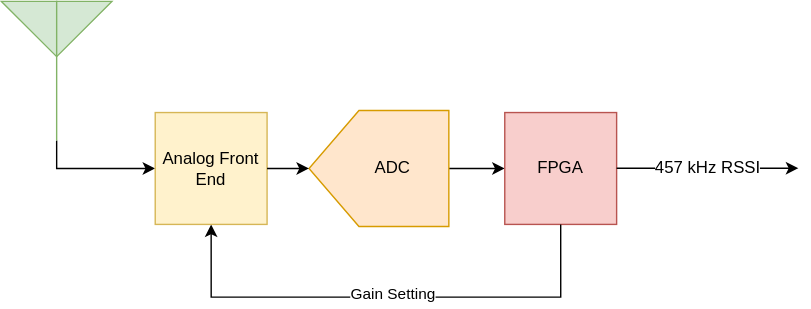
Before: .diagrams/receiver.drawio.svg, a diagram exported from draw.io (Avy-Dawgs/system-definition). Source tidied: cells renumbered, new cells last; positions are measured from the earlier drawing's top-left corner, leaving out a move shared by most shapes.
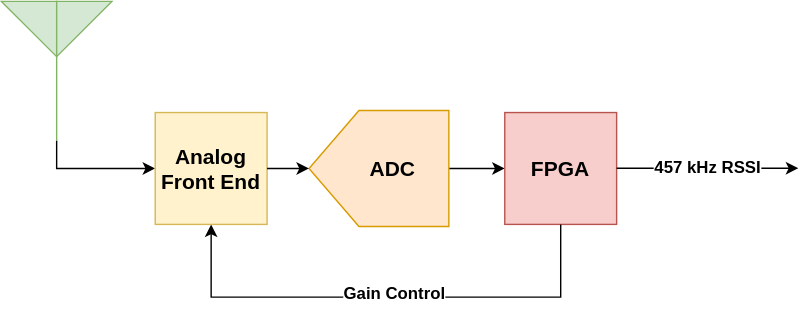
Above is the later version.

What changed in the source:
```diff
@@ -14,7 +14,7 @@
     <mxCell id="5" style="verticalLabelPosition=bottom;shadow=0;dashed=0;align=center;html=1;verticalAlign=top;shape=mxgraph.electrical.abstract.dac;rotation=-180;fillColor=#ffe6cc;strokeColor=#d79b00;" parent="1" vertex="1">
       <mxGeometry x="220" y="78.5" width="100" height="83" as="geometry" />
     </mxCell>
-    <mxCell id="6" value="&lt;font style=&quot;font-size: 12px;&quot;&gt;ADC&lt;/font&gt;" style="text;strokeColor=none;align=center;fillColor=none;html=1;verticalAlign=middle;whiteSpace=wrap;rounded=0;" parent="1" vertex="1">
+    <mxCell id="6" value="&lt;font size=&quot;1&quot; style=&quot;&quot;&gt;&lt;b style=&quot;font-size: 15px;&quot;&gt;ADC&lt;/b&gt;&lt;/font&gt;" style="text;strokeColor=none;align=center;fillColor=none;html=1;verticalAlign=middle;whiteSpace=wrap;rounded=0;" parent="1" vertex="1">
       <mxGeometry x="250" y="105" width="60" height="30" as="geometry" />
     </mxCell>
     <mxCell id="7" style="whiteSpace=wrap;html=1;fillColor=#f8cecc;strokeColor=#b85450;" parent="1" vertex="1">
@@ -28,12 +28,12 @@
         </Array>
       </mxGeometry>
     </mxCell>
-    <mxCell id="9" value="Gain Setting" style="edgeLabel;html=1;align=center;verticalAlign=middle;" parent="8" vertex="1">
+    <mxCell id="9" value="&lt;b&gt;&lt;font style=&quot;font-size: 12px;&quot;&gt;Gain Control&lt;/font&gt;&lt;/b&gt;" style="edgeLabel;html=1;align=center;verticalAlign=middle;" parent="8" vertex="1">
       <mxGeometry x="-0.07" y="3" relative="1" as="geometry">
         <mxPoint x="-8" y="-5" as="offset" />
       </mxGeometry>
     </mxCell>
-    <mxCell id="10" value="&lt;font style=&quot;font-size: 12px;&quot;&gt;FPGA&lt;/font&gt;" style="text;strokeColor=none;align=center;fillColor=none;html=1;verticalAlign=middle;whiteSpace=wrap;rounded=0;" parent="1" vertex="1">
+    <mxCell id="10" value="&lt;font size=&quot;1&quot; style=&quot;&quot;&gt;&lt;b style=&quot;font-size: 15px;&quot;&gt;FPGA&lt;/b&gt;&lt;/font&gt;" style="text;strokeColor=none;align=center;fillColor=none;html=1;verticalAlign=middle;whiteSpace=wrap;rounded=0;" parent="1" vertex="1">
       <mxGeometry x="370" y="105" width="60" height="30" as="geometry" />
     </mxCell>
     <mxCell id="11" style="endArrow=classic;html=1;rounded=0;" parent="1" edge="1">
@@ -42,10 +42,10 @@
         <mxPoint x="570" y="119.8" as="targetPoint" />
       </mxGeometry>
     </mxCell>
-    <mxCell id="12" value="&lt;font style=&quot;font-size: 12px;&quot;&gt;457 kHz RSSI&lt;/font&gt;" style="edgeLabel;html=1;align=center;verticalAlign=middle;" parent="11" vertex="1">
+    <mxCell id="12" value="&lt;font style=&quot;font-size: 12px;&quot;&gt;&lt;b&gt;457 kHz RSSI&lt;/b&gt;&lt;/font&gt;" style="edgeLabel;html=1;align=center;verticalAlign=middle;" parent="11" vertex="1">
       <mxGeometry relative="1" as="geometry" />
     </mxCell>
-    <mxCell id="13" value="Analog Front End" style="whiteSpace=wrap;html=1;fillColor=#fff2cc;strokeColor=#d6b656;" parent="1" vertex="1">
+    <mxCell id="13" value="&lt;b&gt;&lt;font style=&quot;font-size: 15px;&quot;&gt;Analog Front End&lt;/font&gt;&lt;/b&gt;" style="whiteSpace=wrap;html=1;fillColor=#fff2cc;strokeColor=#d6b656;" parent="1" vertex="1">
       <mxGeometry x="110" y="80" width="80" height="80" as="geometry" />
     </mxCell>
     <mxCell id="14" style="edgeStyle=orthogonalEdgeStyle;rounded=0;jettySize=auto;html=1;exitX=1;exitY=0.5;exitDx=0;exitDy=0;entryX=1;entryY=0.5;entryDx=0;entryDy=0;entryPerimeter=0;" parent="1" edge="1" source="13" target="5">
```
